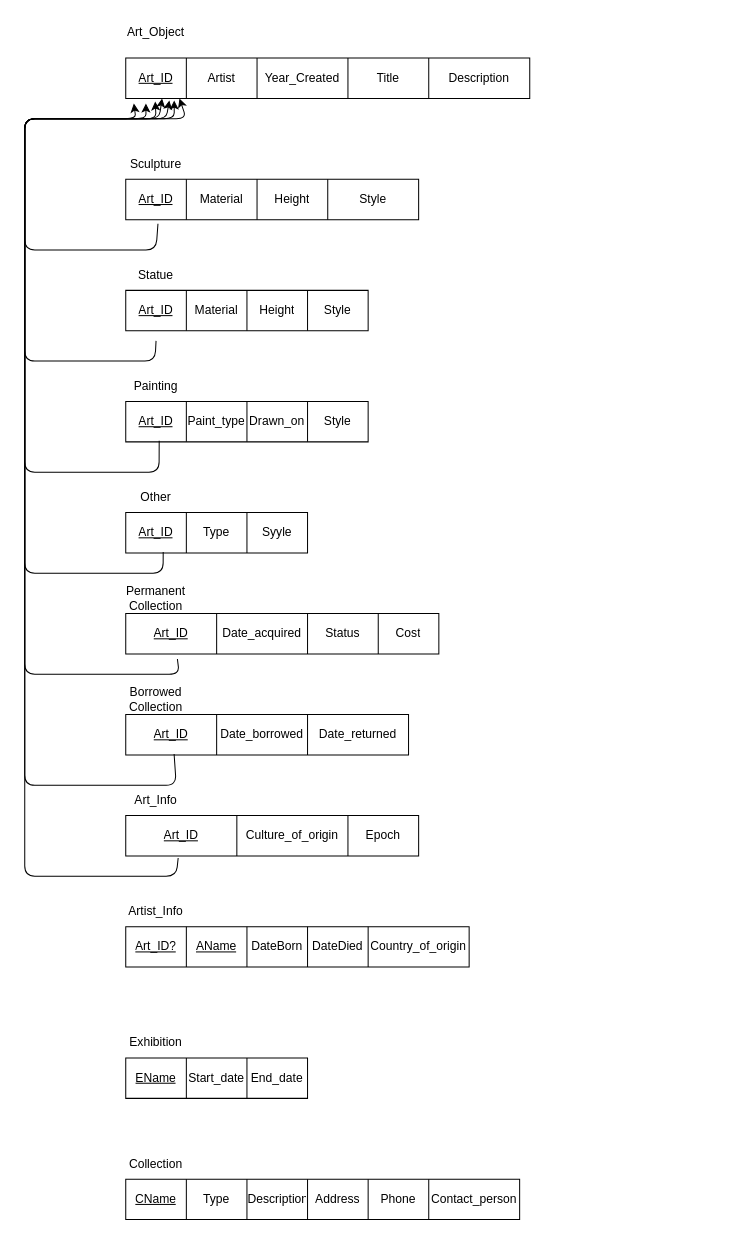
ENSF-300-F23/museum-project-l02-group-22 keeps this draw.io diagram as database design/relationalschema.drawio. Above is the earlier version. Source tidied: cells renumbered, new cells numbered last; positions are measured from the earlier drawing's top-left corner, leaving out a move shared by most shapes. Both pictures are drawn from the tidied source at 101%, with x=0, y=0 at pixel (24, 17).
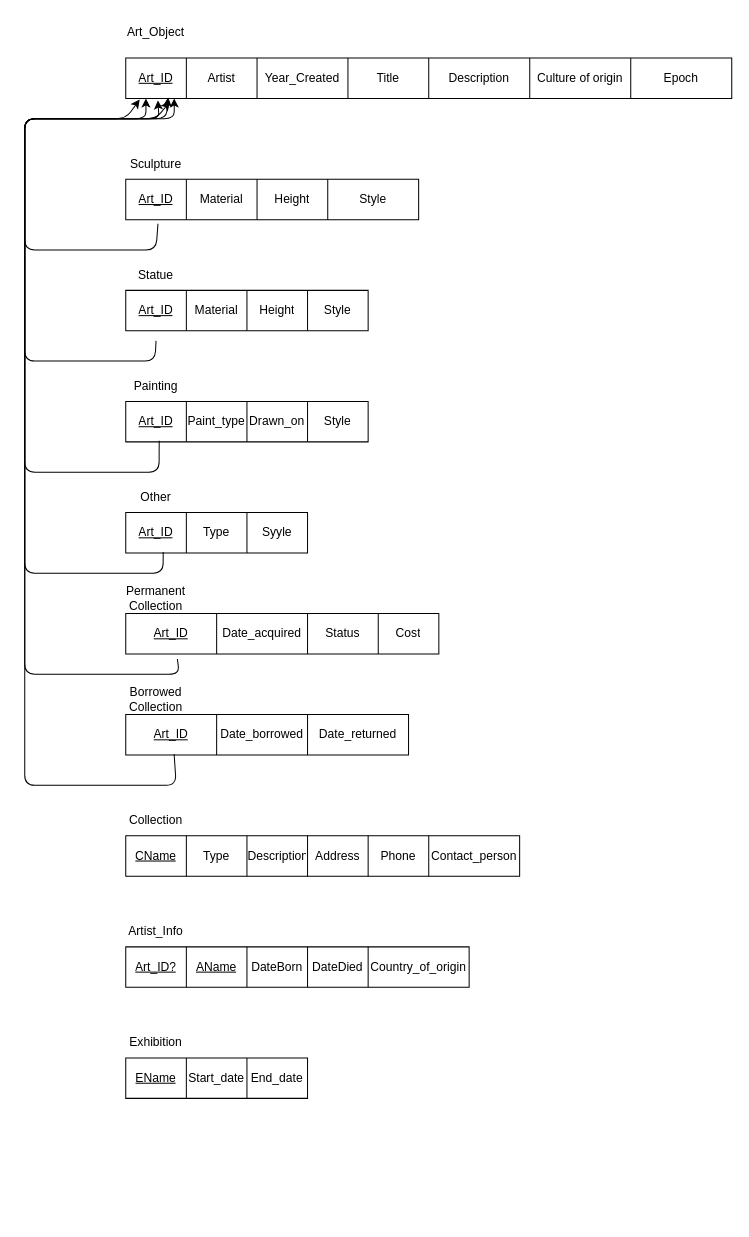
After the change.

Commit message (it also covers changes not shown here):
Got rid of Art_info entity, combined on ArtObject Added early eerd design

Unchanged cells that the change refers to:
```xml
<mxCell id="10" style="shape=tableRow;horizontal=0;startSize=0;swimlaneHead=0;swimlaneBody=0;top=0;left=0;bottom=0;right=0;fillColor=none;points=[[0,0.5],[1,0.5]];portConstraint=eastwest;" parent="9" vertex="1">
  <mxGeometry width="290" height="40" as="geometry" />
</mxCell>
<mxCell id="22" style="shape=tableRow;horizontal=0;startSize=0;swimlaneHead=0;swimlaneBody=0;top=0;left=0;bottom=0;right=0;fillColor=none;points=[[0,0.5],[1,0.5]];portConstraint=eastwest;" parent="21" vertex="1">
  <mxGeometry width="240" height="40" as="geometry" />
</mxCell>
<mxCell id="28" style="shape=tableRow;horizontal=0;startSize=0;swimlaneHead=0;swimlaneBody=0;top=0;left=0;bottom=0;right=0;fillColor=none;points=[[0,0.5],[1,0.5]];portConstraint=eastwest;" parent="27" vertex="1">
  <mxGeometry width="180" height="40" as="geometry" />
</mxCell>
<mxCell id="33" style="shape=tableRow;horizontal=0;startSize=0;swimlaneHead=0;swimlaneBody=0;top=0;left=0;bottom=0;right=0;fillColor=none;points=[[0,0.5],[1,0.5]];portConstraint=eastwest;" parent="32" vertex="1">
  <mxGeometry width="310" height="40" as="geometry" />
</mxCell>
<mxCell id="44" style="shape=tableRow;horizontal=0;startSize=0;swimlaneHead=0;swimlaneBody=0;top=0;left=0;bottom=0;right=0;fillColor=none;points=[[0,0.5],[1,0.5]];portConstraint=eastwest;" parent="43" vertex="1">
  <mxGeometry width="280" height="40" as="geometry" />
</mxCell>
```

Diff of the diagram source:
```diff
@@
     <mxCell id="2" style="shape=table;startSize=0;childLayout=tableLayout;" parent="1" vertex="1">
-      <mxGeometry x="100" y="40" width="400" height="40" as="geometry" />
+      <mxGeometry x="100" y="40" width="600" height="40" as="geometry" />
     </mxCell>
     <mxCell id="3" style="shape=tableRow;horizontal=0;startSize=0;swimlaneHead=0;swimlaneBody=0;top=0;left=0;bottom=0;right=0;fillColor=none;points=[[0,0.5],[1,0.5]];portConstraint=eastwest;" parent="2" vertex="1">
-      <mxGeometry width="400" height="40" as="geometry" />
+      <mxGeometry width="600" height="40" as="geometry" />
     </mxCell>
@@
+    <mxCell id="86" value="Culture of origin" style="shape=partialRectangle;html=1;whiteSpace=wrap;overflow=hidden;fillColor=none;top=0;left=0;bottom=0;right=0;" parent="3" vertex="1">
+      <mxGeometry x="400" width="100" height="40" as="geometry" />
+    </mxCell>
+    <mxCell id="52" value="Epoch" style="shape=partialRectangle;html=1;whiteSpace=wrap;overflow=hidden;fillColor=none;top=0;left=0;bottom=0;right=0;" parent="3" vertex="1">
+      <mxGeometry x="500" width="100" height="40" as="geometry" />
+    </mxCell>
@@
-    <mxCell id="48" style="shape=table;startSize=0;childLayout=tableLayout;" parent="1" vertex="1">
-      <mxGeometry x="100" y="790" width="290" height="40" as="geometry" />
-    </mxCell>
-    <mxCell id="49" style="shape=tableRow;horizontal=0;startSize=0;swimlaneHead=0;swimlaneBody=0;top=0;left=0;bottom=0;right=0;fillColor=none;points=[[0,0.5],[1,0.5]];portConstraint=eastwest;" parent="48" vertex="1">
-      <mxGeometry width="290" height="40" as="geometry" />
-    </mxCell>
-    <mxCell id="50" value="&lt;u&gt;Art_ID&lt;/u&gt;" style="shape=partialRectangle;html=1;whiteSpace=wrap;overflow=hidden;fillColor=none;top=0;left=0;bottom=0;right=0;" parent="49" vertex="1">
-      <mxGeometry width="110" height="40" as="geometry" />
-    </mxCell>
-    <mxCell id="51" value="Culture_of_origin" style="shape=partialRectangle;html=1;whiteSpace=wrap;overflow=hidden;fillColor=none;top=0;left=0;bottom=0;right=0;" parent="49" vertex="1">
-      <mxGeometry x="110" width="110" height="40" as="geometry" />
-    </mxCell>
-    <mxCell id="52" value="Epoch" style="shape=partialRectangle;html=1;whiteSpace=wrap;overflow=hidden;fillColor=none;top=0;left=0;bottom=0;right=0;" parent="49" vertex="1">
-      <mxGeometry x="220" width="70" height="40" as="geometry" />
-    </mxCell>
@@
-    <mxCell id="55" value="Art_Info" style="text;strokeColor=none;align=center;fillColor=none;html=1;verticalAlign=middle;whiteSpace=wrap;rounded=0;" parent="1" vertex="1">
-      <mxGeometry x="100" y="760" width="60" height="30" as="geometry" />
-    </mxCell>
     <mxCell id="56" style="shape=table;startSize=0;childLayout=tableLayout;" parent="1" vertex="1">
-      <mxGeometry x="100" y="900" width="340" height="40" as="geometry" />
+      <mxGeometry x="100" y="920" width="340" height="40" as="geometry" />
     </mxCell>
@@
     <mxCell id="63" value="Artist_Info" style="text;strokeColor=none;align=center;fillColor=none;html=1;verticalAlign=middle;whiteSpace=wrap;rounded=0;" parent="1" vertex="1">
-      <mxGeometry x="100" y="870" width="60" height="30" as="geometry" />
+      <mxGeometry x="100" y="890" width="60" height="30" as="geometry" />
     </mxCell>
     <mxCell id="64" style="shape=table;startSize=0;childLayout=tableLayout;" parent="1" vertex="1">
-      <mxGeometry x="100" y="1150" width="390" height="40" as="geometry" />
+      <mxGeometry x="100" y="810" width="390" height="40" as="geometry" />
     </mxCell>
@@
     <mxCell id="77" value="Collection" style="text;strokeColor=none;align=center;fillColor=none;html=1;verticalAlign=middle;whiteSpace=wrap;rounded=0;" parent="1" vertex="1">
-      <mxGeometry x="100" y="1120" width="60" height="30" as="geometry" />
+      <mxGeometry x="100" y="780" width="60" height="30" as="geometry" />
     </mxCell>
@@
-    <mxCell id="79" style="endArrow=classic;html=1;exitX=0.11;exitY=1.1;exitDx=0;exitDy=0;exitPerimeter=0;entryX=0.05;entryY=1.125;entryDx=0;entryDy=0;entryPerimeter=0;" parent="1" edge="1" source="10" target="3">
+    <mxCell id="79" style="endArrow=classic;html=1;exitX=0.11;exitY=1.1;exitDx=0;exitDy=0;exitPerimeter=0;" parent="1" edge="1" source="10">
       <mxGeometry relative="1" as="geometry">
+        <mxPoint x="120" y="80" as="targetPoint" />
         <Array as="points">
           <mxPoint x="130" y="230" />
           <mxPoint y="230" />
           <mxPoint y="100" />
           <mxPoint x="120" y="100" />
         </Array>
       </mxGeometry>
     </mxCell>
@@
-    <mxCell id="81" style="endArrow=classic;html=1;exitX=0.138;exitY=0.975;exitDx=0;exitDy=0;exitPerimeter=0;entryX=0.09;entryY=1;entryDx=0;entryDy=0;entryPerimeter=0;" parent="1" edge="1" source="22" target="3">
+    <mxCell id="81" style="endArrow=classic;html=1;exitX=0.138;exitY=0.975;exitDx=0;exitDy=0;exitPerimeter=0;entryX=0.053;entryY=1.05;entryDx=0;entryDy=0;entryPerimeter=0;" parent="1" edge="1" source="22" target="3">
       <mxGeometry relative="1" as="geometry">
         <Array as="points">
           <mxPoint x="133" y="450" />
           <mxPoint y="450" />
           <mxPoint y="100" />
           <mxPoint x="133" y="100" />
         </Array>
       </mxGeometry>
     </mxCell>
-    <mxCell id="82" style="endArrow=classic;html=1;exitX=0.206;exitY=0.975;exitDx=0;exitDy=0;exitPerimeter=0;entryX=0.108;entryY=1.05;entryDx=0;entryDy=0;entryPerimeter=0;" parent="1" edge="1" source="28" target="3">
+    <mxCell id="82" style="endArrow=classic;html=1;exitX=0.206;exitY=0.975;exitDx=0;exitDy=0;exitPerimeter=0;entryX=0.07;entryY=0.975;entryDx=0;entryDy=0;entryPerimeter=0;" parent="1" edge="1" source="28" target="3">
       <mxGeometry relative="1" as="geometry">
         <Array as="points">
           <mxPoint x="137" y="550" />
           <mxPoint y="550" />
           <mxPoint y="100" />
           <mxPoint x="140" y="100" />
         </Array>
       </mxGeometry>
     </mxCell>
-    <mxCell id="83" style="endArrow=classic;html=1;exitX=0.165;exitY=1.125;exitDx=0;exitDy=0;exitPerimeter=0;entryX=0.12;entryY=1.05;entryDx=0;entryDy=0;entryPerimeter=0;" parent="1" edge="1" source="33" target="3">
+    <mxCell id="83" style="endArrow=classic;html=1;exitX=0.165;exitY=1.125;exitDx=0;exitDy=0;exitPerimeter=0;" parent="1" edge="1" source="33">
       <mxGeometry relative="1" as="geometry">
+        <mxPoint x="148" y="80" as="targetPoint" />
         <Array as="points">
           <mxPoint x="153" y="650" />
           <mxPoint y="650" />
           <mxPoint y="100" />
           <mxPoint x="148" y="100" />
         </Array>
       </mxGeometry>
     </mxCell>
-    <mxCell id="84" style="endArrow=classic;html=1;entryX=0.133;entryY=1;entryDx=0;entryDy=0;entryPerimeter=0;exitX=0.171;exitY=0.975;exitDx=0;exitDy=0;exitPerimeter=0;" parent="1" edge="1" source="44" target="3">
+    <mxCell id="84" style="endArrow=classic;html=1;entryX=0.023;entryY=1.025;entryDx=0;entryDy=0;entryPerimeter=0;exitX=0.171;exitY=0.975;exitDx=0;exitDy=0;exitPerimeter=0;" parent="1" edge="1" source="44" target="3">
       <mxGeometry relative="1" as="geometry">
         <Array as="points">
           <mxPoint x="150" y="760" />
           <mxPoint y="760" />
           <mxPoint y="100" />
-          <mxPoint x="160" y="100" />
+          <mxPoint x="100" y="100" />
         </Array>
       </mxGeometry>
     </mxCell>
-    <mxCell id="85" style="endArrow=classic;html=1;entryX=0.02;entryY=1.125;entryDx=0;entryDy=0;entryPerimeter=0;exitX=0.179;exitY=1.05;exitDx=0;exitDy=0;exitPerimeter=0;" parent="1" edge="1" source="49" target="3">
-      <mxGeometry relative="1" as="geometry">
-        <Array as="points">
-          <mxPoint x="150" y="850" />
-          <mxPoint y="850" />
-          <mxPoint y="100" />
-          <mxPoint x="110" y="100" />
-        </Array>
-      </mxGeometry>
-    </mxCell>
```
